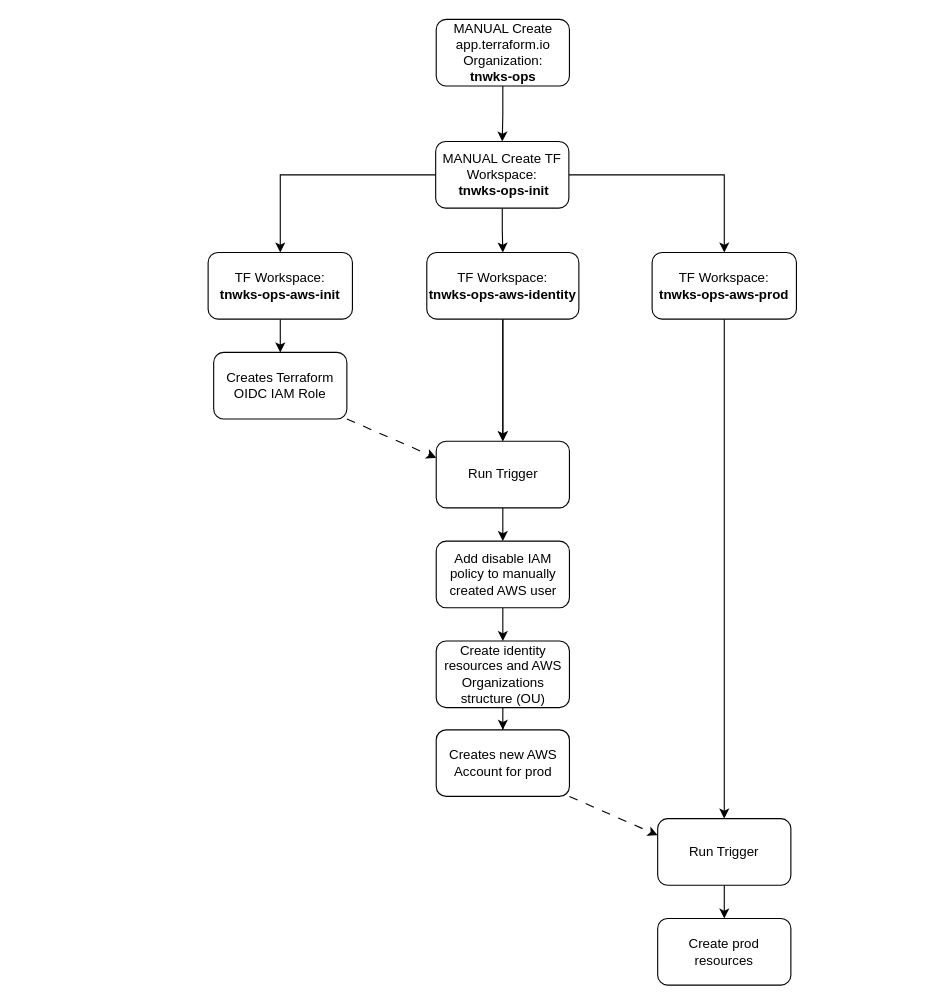
The draw.io diagram docs/diagrams/tnwks-ops-tfcloud-flow.drawio in iT3E/tnwks-ops, before the edit. Source tidied: cells renumbered, new cells numbered last; positions are measured from the earlier drawing's top-left corner, leaving out a move shared by most shapes. Both pictures are drawn from the tidied source at 111%, with x=0, y=0 at pixel (208, 19).
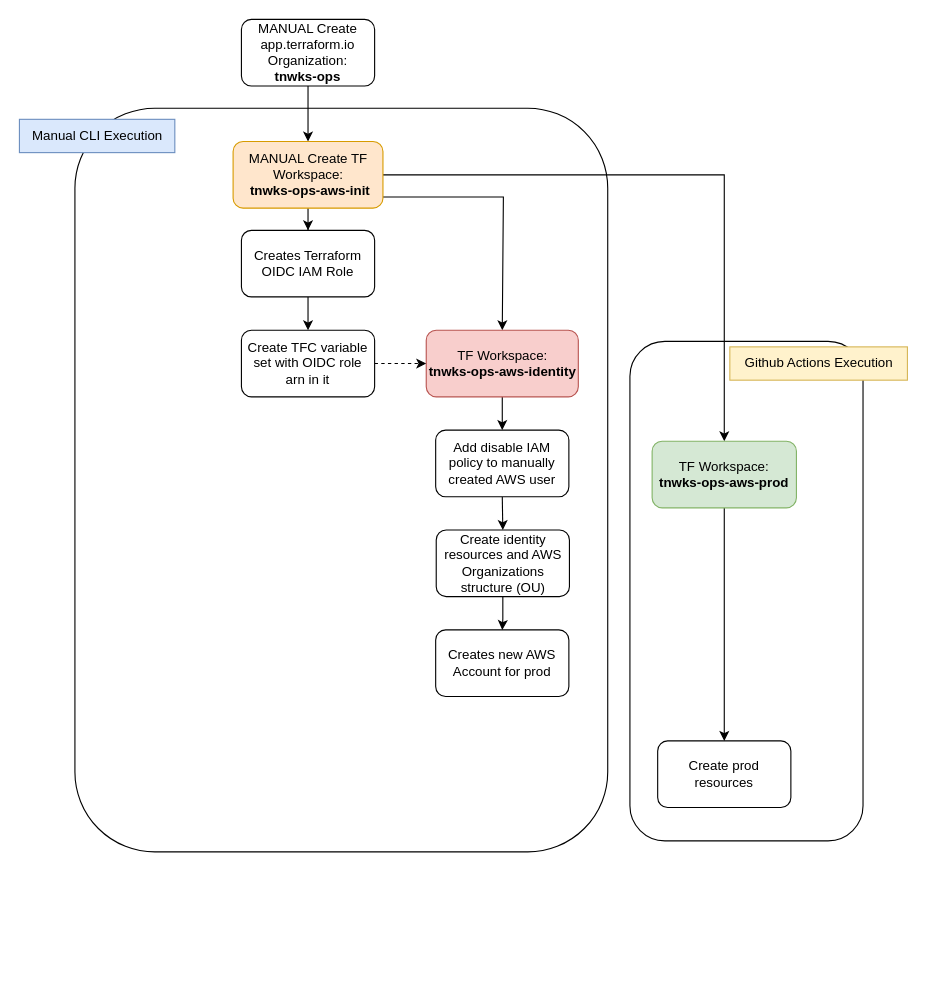
The same page after the edit.

What changed in the source:
```diff
@@
+    <mxCell id="28" style="rounded=1;whiteSpace=wrap;html=1;fillColor=none;" parent="1" vertex="1">
+      <mxGeometry x="380" y="290" width="210" height="450" as="geometry" />
+    </mxCell>
+    <mxCell id="29" style="rounded=1;whiteSpace=wrap;html=1;fillColor=none;" parent="1" vertex="1">
+      <mxGeometry x="-120" y="80" width="480" height="670" as="geometry" />
+    </mxCell>
@@
     <mxCell id="3" value="MANUAL Create app.terraform.io Organization:&lt;br&gt;&lt;b&gt;tnwks-ops&lt;/b&gt;" style="rounded=1;whiteSpace=wrap;html=1;" parent="1" vertex="1">
-      <mxGeometry x="205.5" width="120" height="60" as="geometry" />
+      <mxGeometry x="30" width="120" height="60" as="geometry" />
     </mxCell>
-    <mxCell id="4" style="edgeStyle=orthogonalEdgeStyle;rounded=0;jettySize=auto;html=1;" parent="1" edge="1" source="7" target="9">
+    <mxCell id="4" style="edgeStyle=orthogonalEdgeStyle;rounded=0;jettySize=auto;html=1;entryX=0.5;entryY=0;entryDx=0;entryDy=0;" parent="1" edge="1" source="7" target="16">
       <mxGeometry relative="1" as="geometry" />
     </mxCell>
@@
     <mxCell id="6" style="edgeStyle=orthogonalEdgeStyle;rounded=0;jettySize=auto;html=1;exitX=0.5;exitY=1;exitDx=0;exitDy=0;entryX=0.5;entryY=0;entryDx=0;entryDy=0;" parent="1" edge="1" source="7" target="12">
-      <mxGeometry relative="1" as="geometry" />
+      <mxGeometry relative="1" as="geometry">
+        <Array as="points">
+          <mxPoint x="90" y="160" />
+          <mxPoint x="266" y="160" />
+        </Array>
+      </mxGeometry>
     </mxCell>
-    <mxCell id="7" value="MANUAL Create TF Workspace:&lt;br&gt;&amp;nbsp;&lt;b&gt;tnwks-ops-init&lt;/b&gt;" style="whiteSpace=wrap;html=1;rounded=1;" parent="1" vertex="1">
-      <mxGeometry x="205" y="110" width="120" height="60" as="geometry" />
+    <mxCell id="7" value="MANUAL Create TF Workspace:&lt;br&gt;&amp;nbsp;&lt;b&gt;tnwks-ops-aws-init&lt;/b&gt;" style="whiteSpace=wrap;html=1;rounded=1;fillColor=#ffe6cc;strokeColor=#d79b00;" parent="1" vertex="1">
+      <mxGeometry x="22.5" y="110" width="135" height="60" as="geometry" />
     </mxCell>
-    <mxCell id="8" style="edgeStyle=orthogonalEdgeStyle;rounded=0;jettySize=auto;html=1;" parent="1" edge="1" source="9" target="16">
-      <mxGeometry relative="1" as="geometry" />
-    </mxCell>
-    <mxCell id="9" value="TF Workspace:&lt;br&gt;&lt;b&gt;tnwks-ops-aws-init&lt;/b&gt;" style="whiteSpace=wrap;html=1;rounded=1;" parent="1" vertex="1">
-      <mxGeometry y="210" width="130" height="60" as="geometry" />
-    </mxCell>
-    <mxCell id="10" style="edgeStyle=orthogonalEdgeStyle;rounded=0;jettySize=auto;html=1;entryX=0.5;entryY=0;entryDx=0;entryDy=0;" parent="1" edge="1" source="24" target="20">
-      <mxGeometry relative="1" as="geometry" />
-    </mxCell>
-    <mxCell id="11" style="edgeStyle=orthogonalEdgeStyle;rounded=0;jettySize=auto;html=1;" parent="1" edge="1" source="12" target="24">
+    <mxCell id="11" style="edgeStyle=orthogonalEdgeStyle;rounded=0;jettySize=auto;html=1;entryX=0.5;entryY=0;entryDx=0;entryDy=0;" parent="1" edge="1" source="12" target="20">
       <mxGeometry relative="1" as="geometry" />
     </mxCell>
-    <mxCell id="12" value="TF Workspace:&lt;br style=&quot;border-color: var(--border-color);&quot;&gt;&lt;b&gt;tnwks-ops-aws-identity&lt;/b&gt;" style="whiteSpace=wrap;html=1;rounded=1;" parent="1" vertex="1">
-      <mxGeometry x="197" y="210" width="137" height="60" as="geometry" />
+    <mxCell id="12" value="TF Workspace:&lt;br style=&quot;border-color: var(--border-color);&quot;&gt;&lt;b&gt;tnwks-ops-aws-identity&lt;/b&gt;" style="whiteSpace=wrap;html=1;rounded=1;fillColor=#f8cecc;strokeColor=#b85450;" parent="1" vertex="1">
+      <mxGeometry x="196.5" y="280" width="137" height="60" as="geometry" />
     </mxCell>
-    <mxCell id="13" style="edgeStyle=orthogonalEdgeStyle;rounded=0;jettySize=auto;html=1;" parent="1" edge="1" source="14" target="26">
+    <mxCell id="13" style="edgeStyle=orthogonalEdgeStyle;rounded=0;jettySize=auto;html=1;" parent="1" edge="1" source="14" target="27">
       <mxGeometry relative="1" as="geometry" />
     </mxCell>
-    <mxCell id="14" value="&lt;span style=&quot;font-weight: normal;&quot;&gt;TF Workspace:&lt;/span&gt;&lt;br style=&quot;border-color: var(--border-color);&quot;&gt;tnwks-ops-aws-prod" style="whiteSpace=wrap;html=1;rounded=1;fontStyle=1;" parent="1" vertex="1">
-      <mxGeometry x="400" y="210" width="130" height="60" as="geometry" />
+    <mxCell id="14" value="&lt;span style=&quot;font-weight: normal;&quot;&gt;TF Workspace:&lt;/span&gt;&lt;br style=&quot;border-color: var(--border-color);&quot;&gt;tnwks-ops-aws-prod" style="whiteSpace=wrap;html=1;rounded=1;fontStyle=1;fillColor=#d5e8d4;strokeColor=#82b366;" parent="1" vertex="1">
+      <mxGeometry x="400" y="380" width="130" height="60" as="geometry" />
     </mxCell>
-    <mxCell id="15" style="rounded=0;jettySize=auto;html=1;exitX=1;exitY=1;exitDx=0;exitDy=0;entryX=0;entryY=0.25;entryDx=0;entryDy=0;dashed=1;dashPattern=8 8;" parent="1" edge="1" source="16" target="24">
-      <mxGeometry relative="1" as="geometry" />
-    </mxCell>
+    <mxCell id="30" style="edgeStyle=orthogonalEdgeStyle;rounded=0;jettySize=auto;html=1;" parent="1" edge="1" source="16" target="34">
+      <mxGeometry relative="1" as="geometry" />
+    </mxCell>
     <mxCell id="16" value="Creates Terraform OIDC IAM Role" style="whiteSpace=wrap;html=1;rounded=1;" parent="1" vertex="1">
-      <mxGeometry x="5" y="300" width="120" height="60" as="geometry" />
+      <mxGeometry x="30" y="190" width="120" height="60" as="geometry" />
     </mxCell>
@@
     <mxCell id="18" value="Create identity resources and AWS Organizations structure (OU)" style="whiteSpace=wrap;html=1;rounded=1;" parent="1" vertex="1">
-      <mxGeometry x="205.5" y="560" width="120" height="60" as="geometry" />
+      <mxGeometry x="205.5" y="460" width="120" height="60" as="geometry" />
     </mxCell>
@@
     <mxCell id="20" value="Add disable IAM policy to manually created AWS user" style="whiteSpace=wrap;html=1;rounded=1;" parent="1" vertex="1">
-      <mxGeometry x="205.5" y="470" width="120" height="60" as="geometry" />
+      <mxGeometry x="205" y="370" width="120" height="60" as="geometry" />
     </mxCell>
-    <mxCell id="21" style="rounded=0;jettySize=auto;html=1;exitX=1;exitY=1;exitDx=0;exitDy=0;entryX=0;entryY=0.25;entryDx=0;entryDy=0;dashed=1;dashPattern=8 8;" parent="1" edge="1" source="22" target="26">
-      <mxGeometry relative="1" as="geometry" />
-    </mxCell>
     <mxCell id="22" value="Creates new AWS Account for prod" style="whiteSpace=wrap;html=1;rounded=1;" parent="1" vertex="1">
-      <mxGeometry x="205.5" y="640" width="120" height="60" as="geometry" />
+      <mxGeometry x="205" y="550" width="120" height="60" as="geometry" />
     </mxCell>
-    <mxCell id="23" style="edgeStyle=orthogonalEdgeStyle;rounded=0;jettySize=auto;html=1;entryX=0.5;entryY=0;entryDx=0;entryDy=0;" parent="1" edge="1" source="12" target="24">
-      <mxGeometry relative="1" as="geometry" />
-    </mxCell>
-    <mxCell id="24" value="Run Trigger" style="whiteSpace=wrap;html=1;rounded=1;" parent="1" vertex="1">
-      <mxGeometry x="205.5" y="380" width="120" height="60" as="geometry" />
-    </mxCell>
-    <mxCell id="25" style="edgeStyle=orthogonalEdgeStyle;rounded=0;jettySize=auto;html=1;" parent="1" edge="1" source="26" target="27">
-      <mxGeometry relative="1" as="geometry" />
-    </mxCell>
-    <mxCell id="26" value="&lt;span style=&quot;font-weight: normal;&quot;&gt;Run Trigger&lt;/span&gt;" style="whiteSpace=wrap;html=1;rounded=1;fontStyle=1;" parent="1" vertex="1">
-      <mxGeometry x="405" y="720" width="120" height="60" as="geometry" />
-    </mxCell>
     <mxCell id="27" value="&lt;span style=&quot;font-weight: normal;&quot;&gt;Create prod resources&lt;/span&gt;" style="whiteSpace=wrap;html=1;rounded=1;fontStyle=1;" parent="1" vertex="1">
-      <mxGeometry x="405" y="810" width="120" height="60" as="geometry" />
+      <mxGeometry x="405" y="650" width="120" height="60" as="geometry" />
     </mxCell>
+    <mxCell id="31" value="Manual CLI Execution" style="text;html=1;align=center;verticalAlign=middle;strokeColor=#6c8ebf;fillColor=#dae8fc;" parent="1" vertex="1">
+      <mxGeometry x="-170" y="90" width="140" height="30" as="geometry" />
+    </mxCell>
+    <mxCell id="32" value="Github Actions Execution" style="text;html=1;align=center;verticalAlign=middle;strokeColor=#d6b656;fillColor=#fff2cc;" parent="1" vertex="1">
+      <mxGeometry x="470" y="295" width="160" height="30" as="geometry" />
+    </mxCell>
+    <mxCell id="33" style="rounded=0;jettySize=auto;html=1;entryX=0;entryY=0.5;entryDx=0;entryDy=0;dashed=1;" parent="1" edge="1" source="34" target="12">
+      <mxGeometry relative="1" as="geometry" />
+    </mxCell>
+    <mxCell id="34" value="Create TFC variable set with OIDC role arn in it" style="whiteSpace=wrap;html=1;rounded=1;" parent="1" vertex="1">
+      <mxGeometry x="30" y="280" width="120" height="60" as="geometry" />
+    </mxCell>
```
